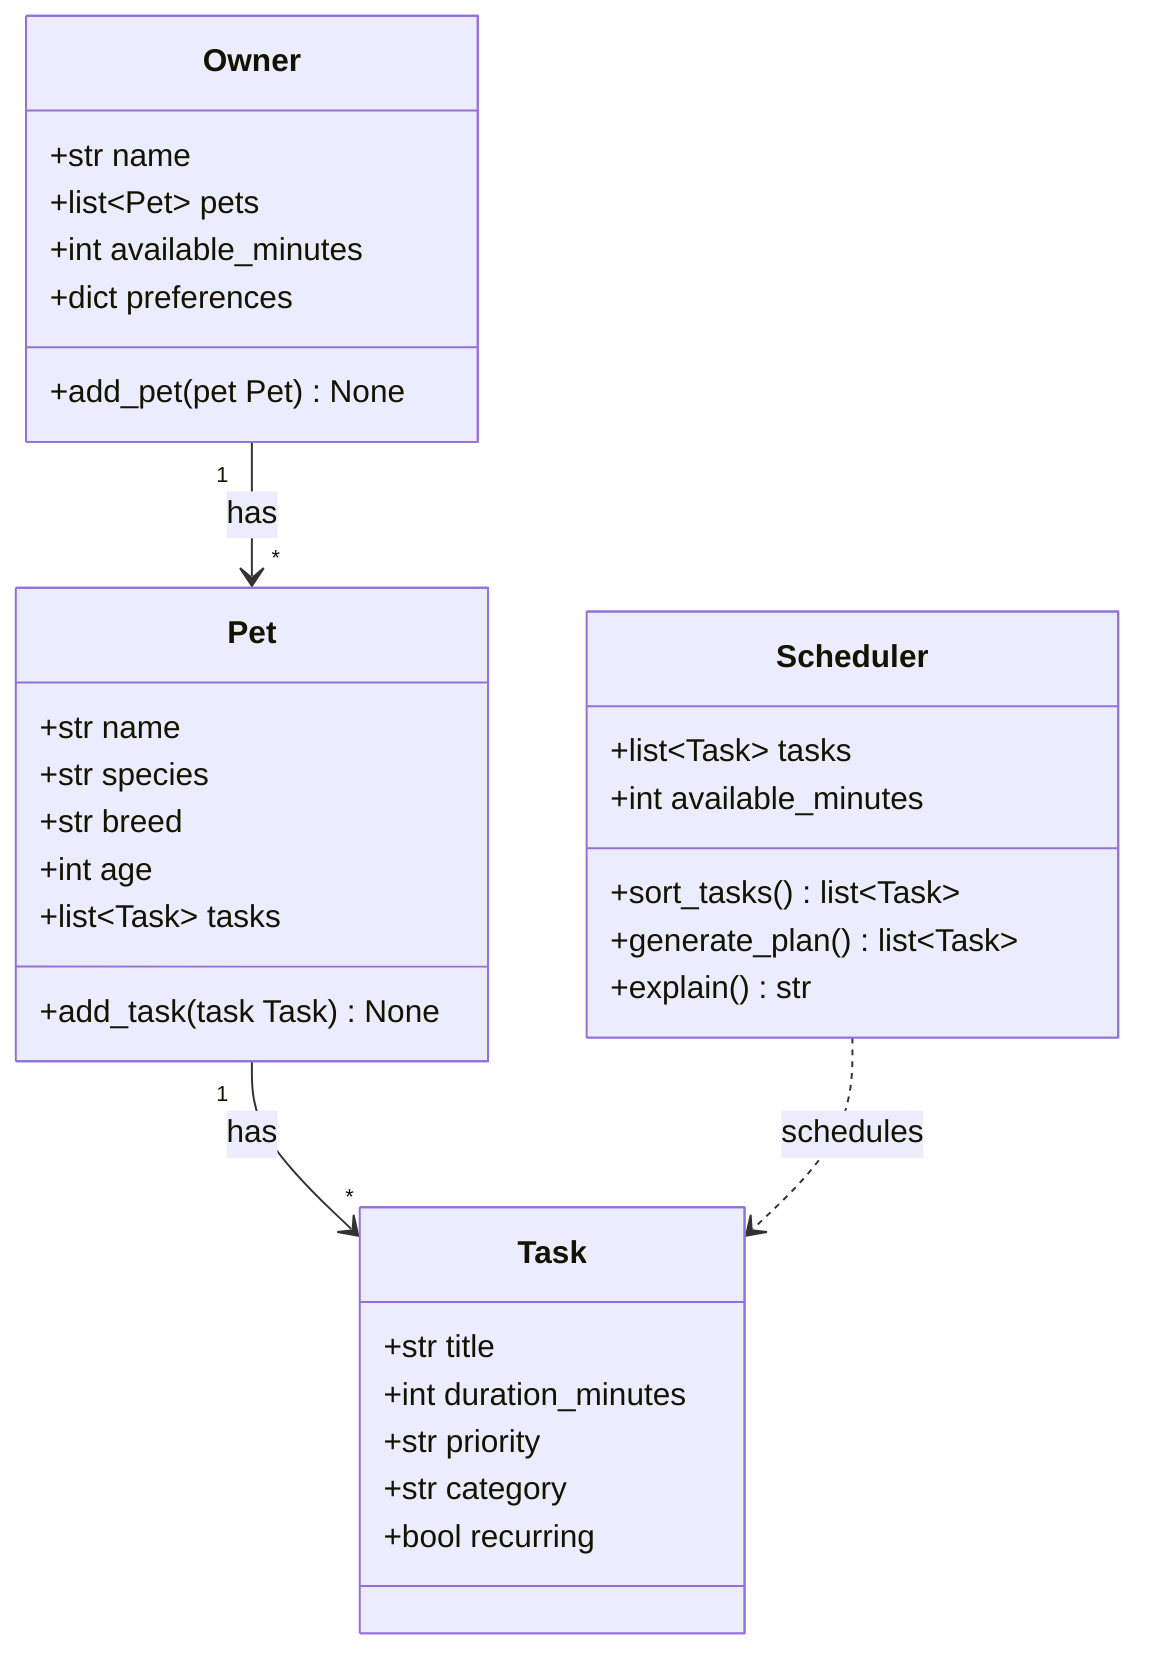
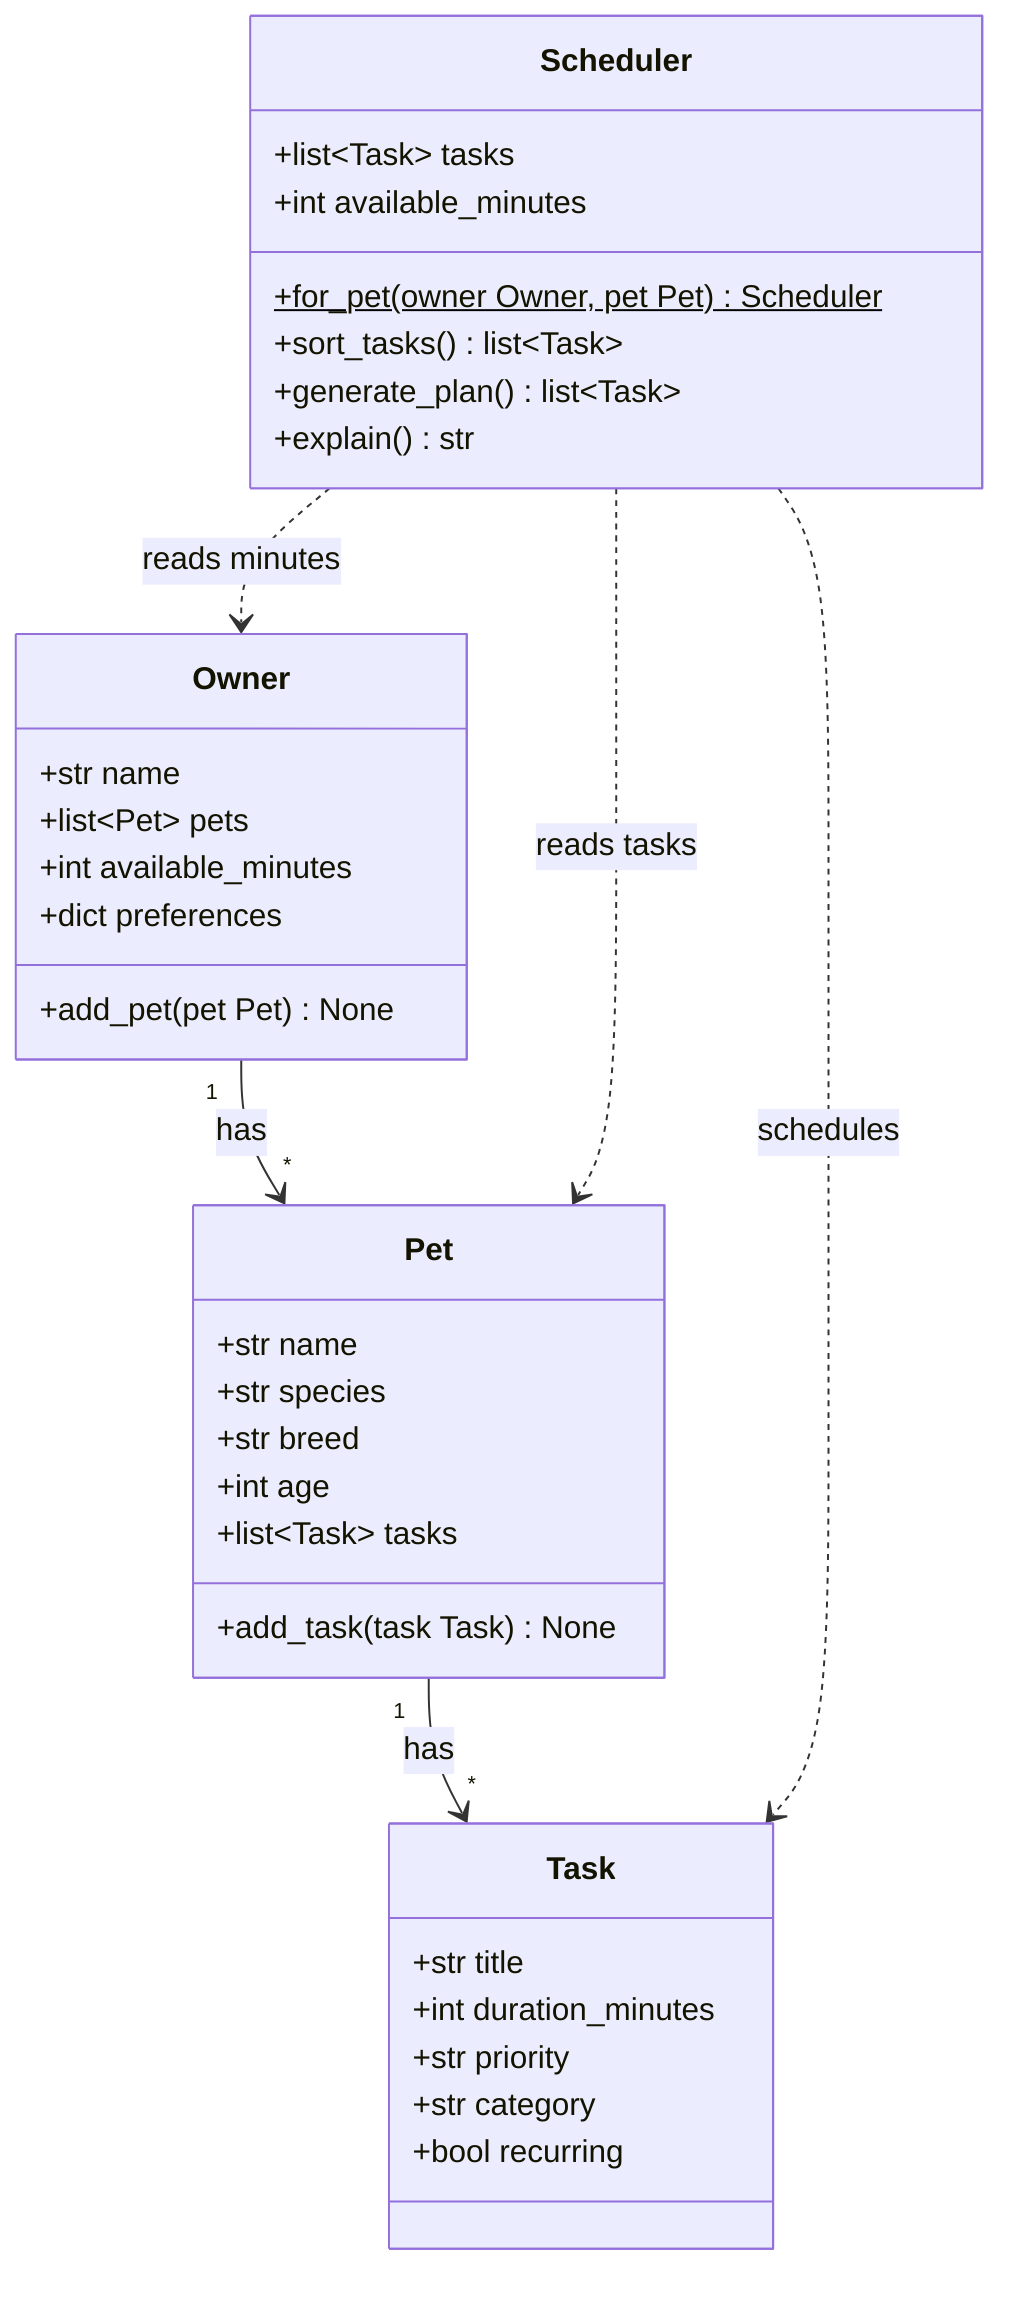
classDiagram
    %% PawPal+ draft design (Phase 1). Update in Phase 6 to match final code.

    class Owner {
        +str name
        +list~Pet~ pets
        +int available_minutes
        +dict preferences
        +add_pet(pet Pet) None
    }

    class Pet {
        +str name
        +str species
        +str breed
        +int age
        +list~Task~ tasks
        +add_task(task Task) None
    }

    class Task {
        +str title
        +int duration_minutes
        +str priority
        +str category
        +bool recurring
    }

    class Scheduler {
        +list~Task~ tasks
        +int available_minutes
+         +for_pet(owner Owner, pet Pet) Scheduler$
        +sort_tasks() list~Task~
        +generate_plan() list~Task~
        +explain() str
    }

    Owner "1" --> "*" Pet : has
    Pet "1" --> "*" Task : has
    Scheduler ..> Task : schedules
+     Scheduler ..> Owner : reads minutes
+     Scheduler ..> Pet : reads tasks
